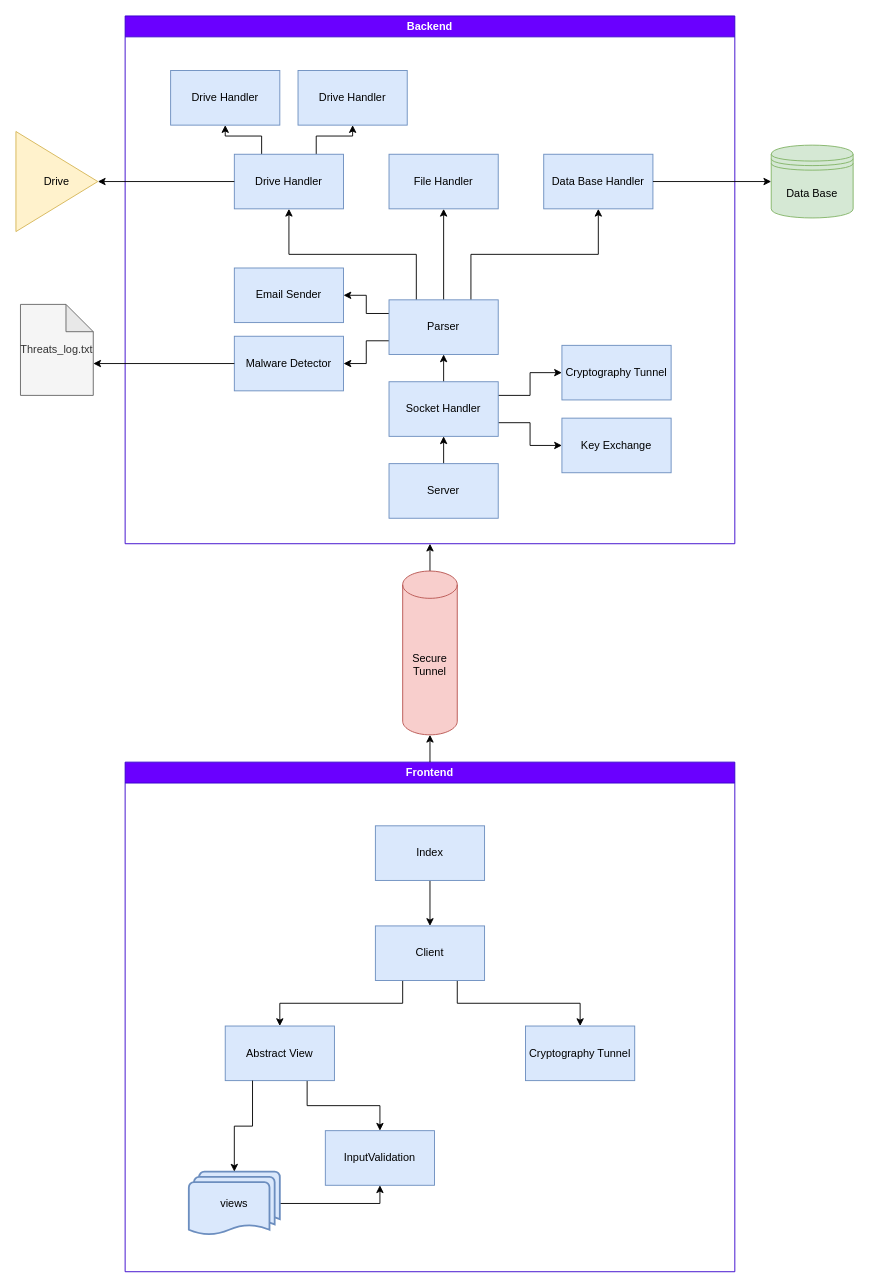
Before: page 2 of 2 of _דיאגרמה ללא שם_.drawio in YanivYE/GuardianVault, a draw.io diagram. Source tidied: cells renumbered, new cells numbered last; positions are measured from the earlier drawing's top-left corner, leaving out a move shared by most shapes. Both pictures are drawn from the tidied source at 91%, with x=0, y=0 at pixel (15, 15).
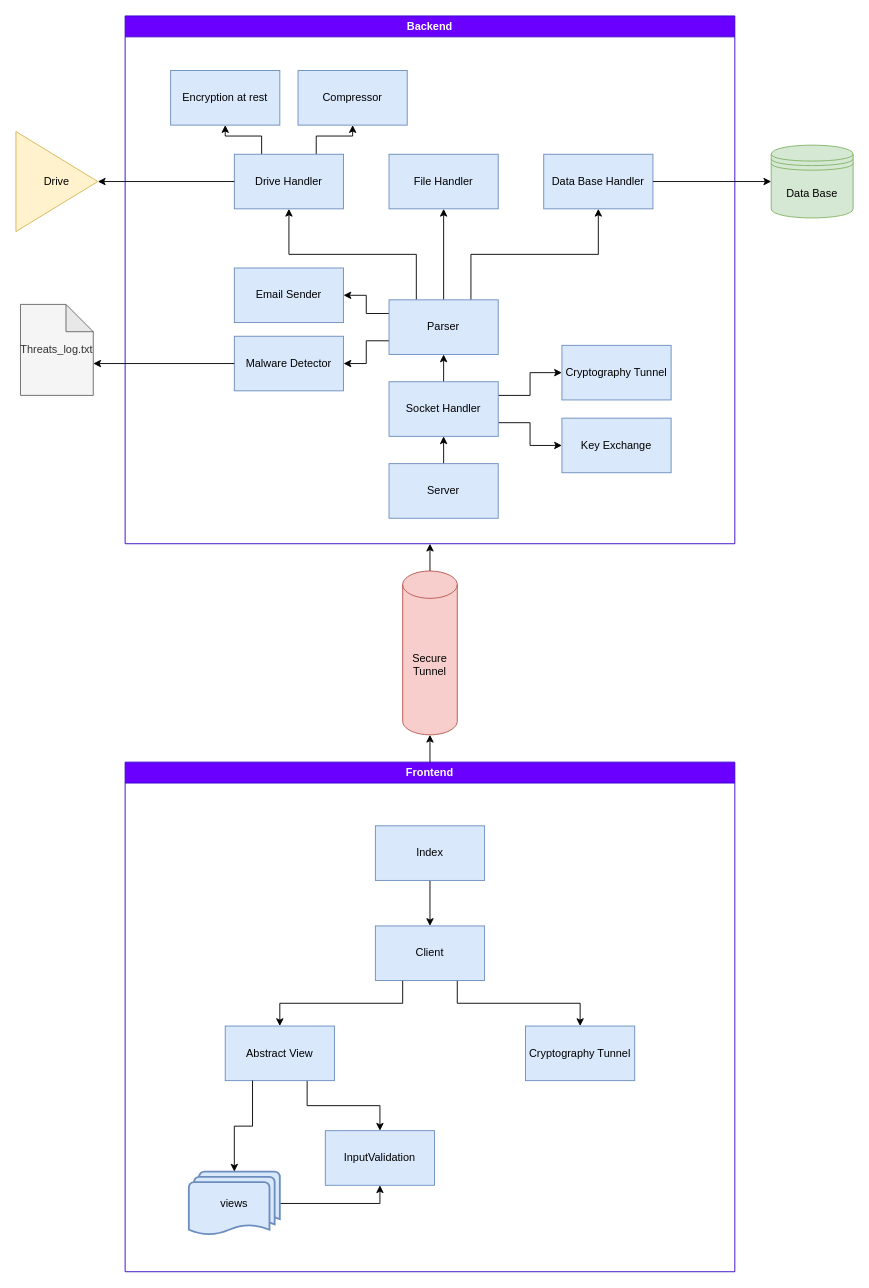
The same diagram, later.

Unchanged cells that the change refers to:
```xml
<mxCell id="2" value="Backend" style="swimlane;whiteSpace=wrap;html=1;fillColor=#6a00ff;fontColor=#ffffff;strokeColor=#3700CC;" parent="1" vertex="1">
  <mxGeometry x="120" width="670" height="580" as="geometry" />
</mxCell>
```

Diff of the diagram source:
```diff
@@
-    <mxCell id="24" value="Drive Handler" style="rounded=0;whiteSpace=wrap;html=1;fillColor=#dae8fc;strokeColor=#6c8ebf;" parent="2" vertex="1">
+    <mxCell id="24" value="Compressor" style="rounded=0;whiteSpace=wrap;html=1;fillColor=#dae8fc;strokeColor=#6c8ebf;" parent="2" vertex="1">
       <mxGeometry x="190" y="60" width="120" height="60" as="geometry" />
     </mxCell>
-    <mxCell id="25" value="Drive Handler" style="rounded=0;whiteSpace=wrap;html=1;fillColor=#dae8fc;strokeColor=#6c8ebf;" parent="2" vertex="1">
+    <mxCell id="25" value="&lt;span id=&quot;docs-internal-guid-a62a106f-7fff-f1ae-3de9-53d1860fb583&quot;&gt;&lt;span style=&quot;font-family: Alef, sans-serif; background-color: transparent; font-variant-numeric: normal; font-variant-east-asian: normal; font-variant-alternates: normal; font-variant-position: normal; vertical-align: baseline; white-space-collapse: preserve;&quot;&gt;&lt;font style=&quot;font-size: 12px;&quot;&gt;Encryption at rest&lt;/font&gt;&lt;/span&gt;&lt;/span&gt;" style="rounded=0;whiteSpace=wrap;html=1;fillColor=#dae8fc;strokeColor=#6c8ebf;" parent="2" vertex="1">
       <mxGeometry x="50" y="60" width="120" height="60" as="geometry" />
     </mxCell>
```
